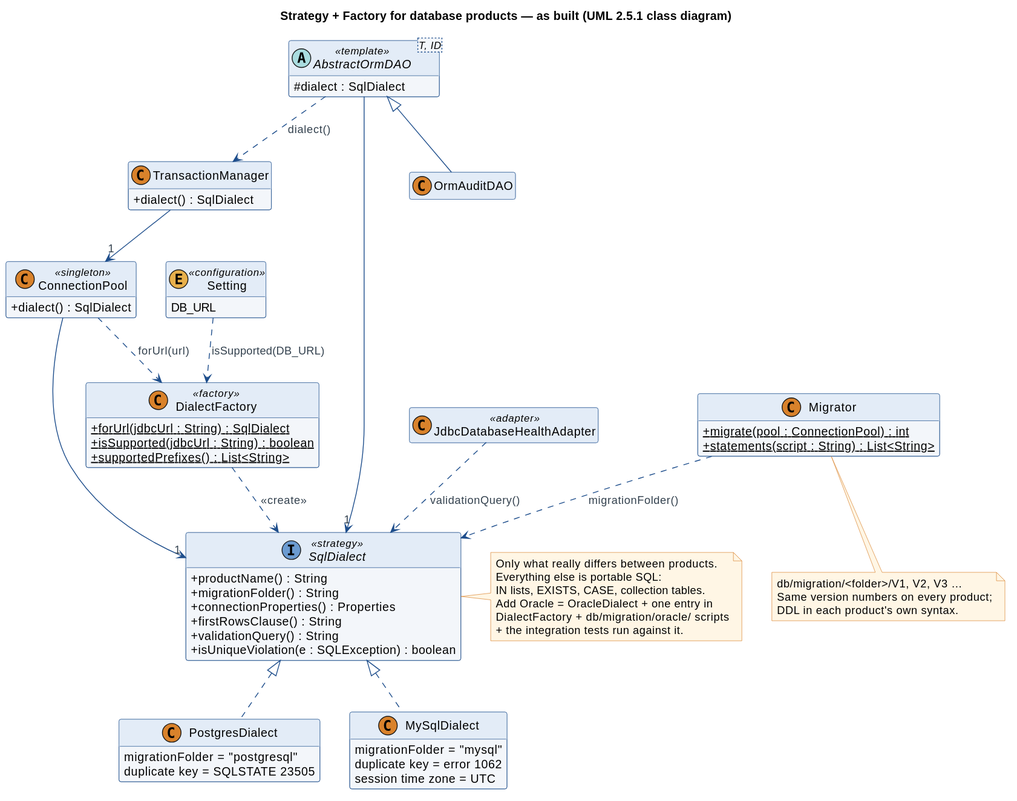
jaricsng/ooad-3tier-job-allocation keeps this PlantUML diagram as diagrams/svg/27-sql-dialect.svg. Above is the earlier version.
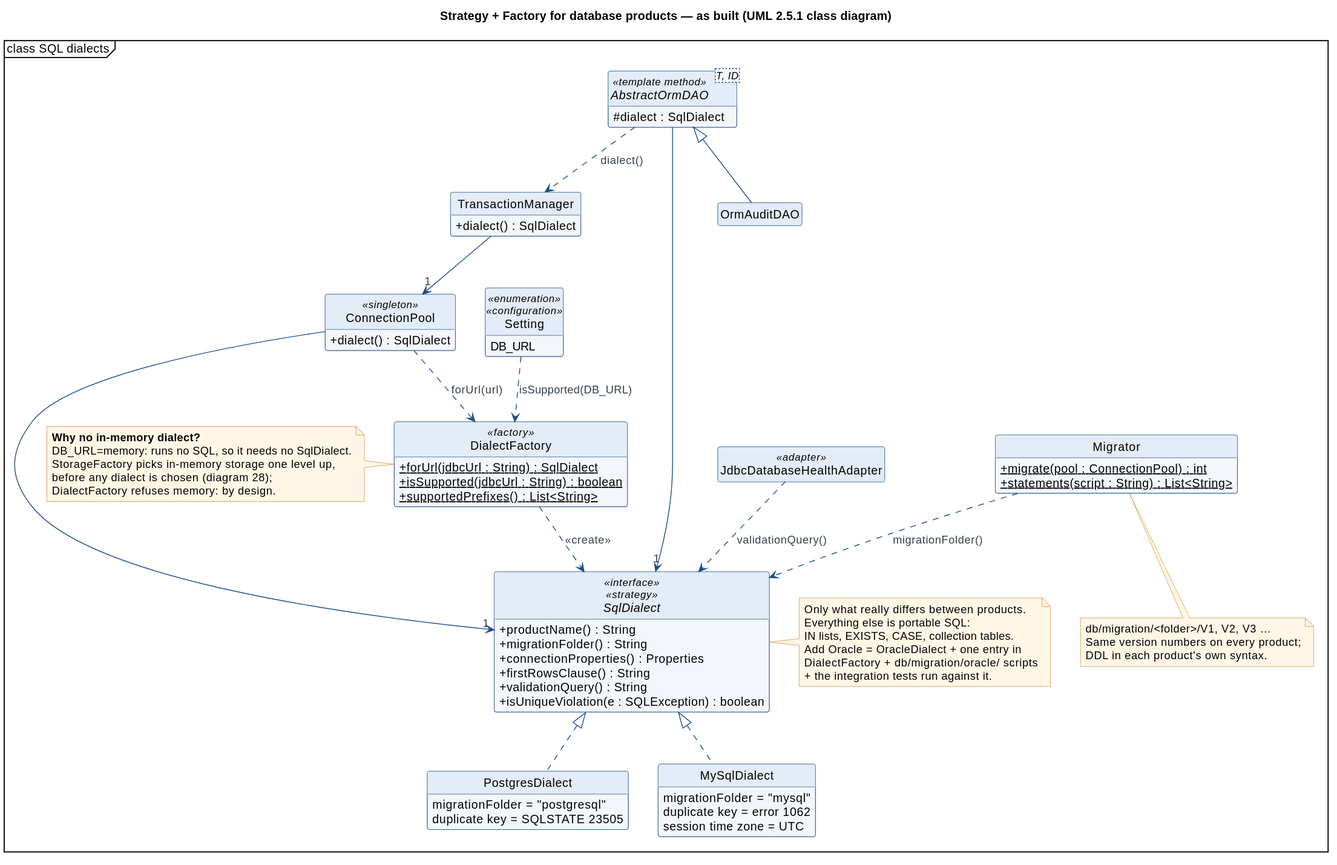
Above is the later version.

Change to the diagram source:
```diff
@@ -1,10 +1,11 @@
 @startuml
 !include style.iuml
+mainframe class SQL dialects
 skinparam classAttributeIconSize 0
 hide empty members
 title Strategy + Factory for database products — as built (UML 2.5.1 class diagram)
 
-interface SqlDialect <<strategy>> {
+interface SqlDialect <<interface>> <<strategy>> {
   +productName() : String
   +migrationFolder() : String
   +connectionProperties() : Properties
@@ -32,7 +33,7 @@
 class TransactionManager {
   +dialect() : SqlDialect
 }
-abstract class "AbstractOrmDAO<T, ID>" as AbstractOrmDAO <<template>> {
+abstract class "AbstractOrmDAO<T, ID>" as AbstractOrmDAO <<template method>> {
   #dialect : SqlDialect
 }
 class OrmAuditDAO
@@ -41,7 +42,7 @@
   +{static} statements(script : String) : List<String>
 }
 class JdbcDatabaseHealthAdapter <<adapter>>
-enum Setting <<configuration>> {
+enum Setting <<enumeration>> <<configuration>> {
   DB_URL
 }
 
@@ -66,6 +67,13 @@
   DialectFactory + db/migration/oracle/ scripts
   + the integration tests run against it.
 end note
+note left of DialectFactory
+  <b>Why no in-memory dialect?</b>
+  DB_URL=memory: runs no SQL, so it needs no SqlDialect.
+  StorageFactory picks in-memory storage one level up,
+  before any dialect is chosen (diagram 28);
+  DialectFactory refuses memory: by design.
+end note
 note bottom of Migrator
   db/migration/<folder>/V1, V2, V3 …
   Same version numbers on every product;
```
